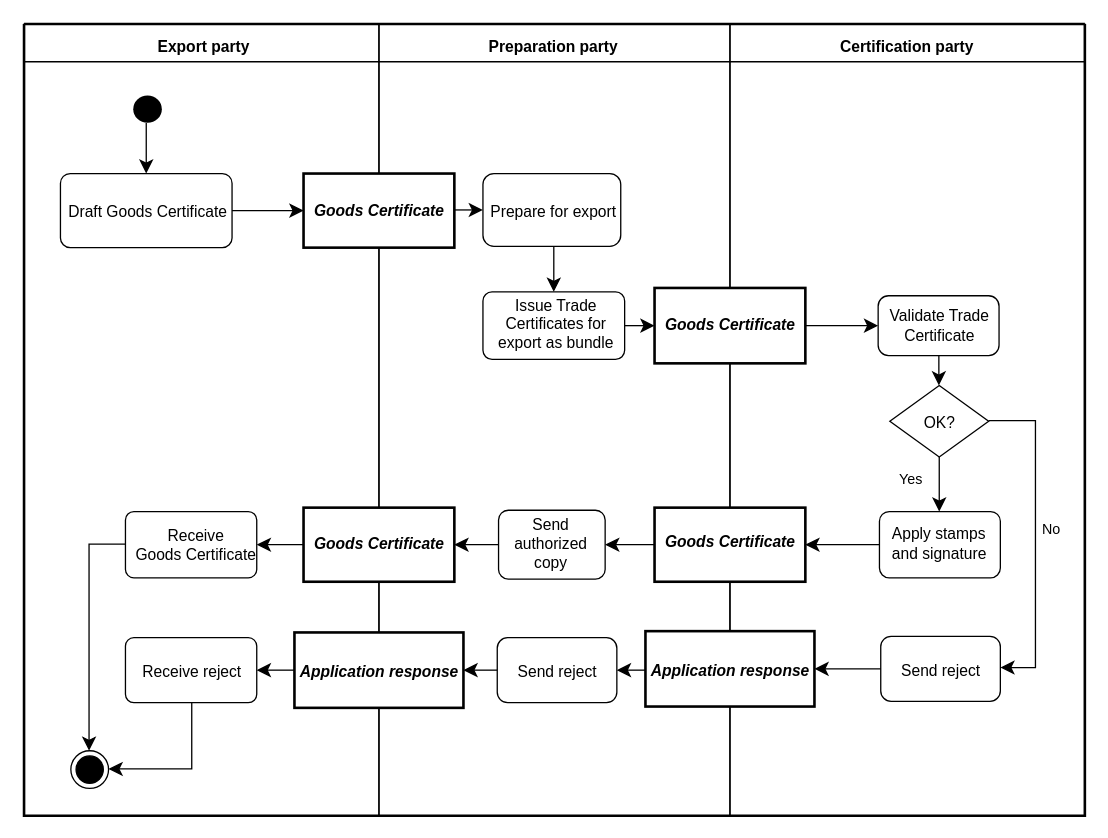
kduvekot/ubl-work-on-svg-images keeps this draw.io diagram as diagrams/UBL-2.3-GoodsCertificateExportProcess/UBL-2.3-GoodsCertificateExportProcess.drawio. Above is the earlier version. Source tidied: cells renumbered, new cells numbered last; positions are measured from the earlier drawing's top-left corner, leaving out a move shared by most shapes. Both pictures are drawn from the tidied source at 130%, with x=0, y=0 at pixel (23, 23).
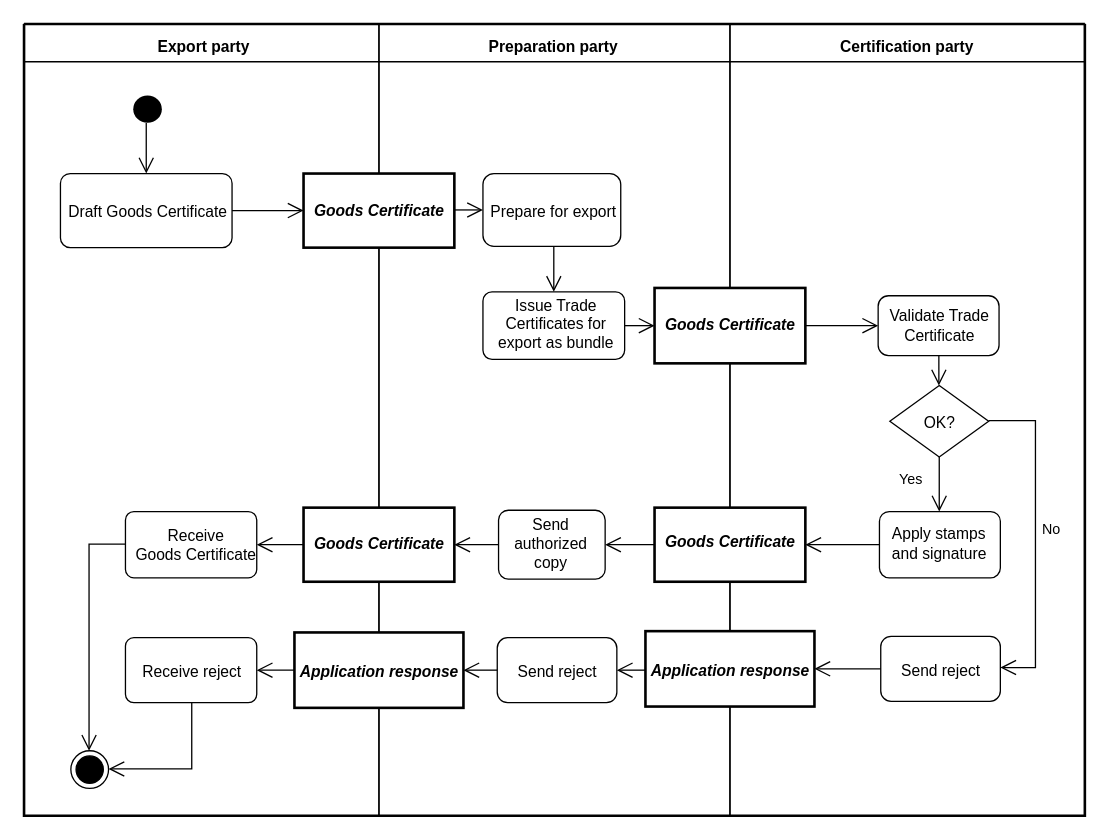
The same page after the edit.

Unchanged cells that the change refers to:
```xml
<mxCell id="2" style="swimlane;html=1;startSize=0;whiteSpace=wrap;fillColor=none;strokeWidth=2;" parent="1" vertex="1">
  <mxGeometry width="816" height="609" as="geometry" />
</mxCell>
<mxCell id="3" value="Export party" style="swimlane;horizontal=1;startSize=29;swimlaneLine=1;spacingTop=6;html=1;fillColor=none;fontStyle=1;spacing=0;spacingLeft=2;" parent="2" vertex="1">
  <mxGeometry width="273" height="609" as="geometry" />
</mxCell>
<mxCell id="4" value="Preparation party" style="swimlane;horizontal=1;startSize=29;swimlaneLine=1;spacingTop=6;html=1;fillColor=none;fontStyle=1;spacing=0;spacingRight=2;" parent="2" vertex="1">
  <mxGeometry x="273" width="270" height="609" as="geometry" />
</mxCell>
<mxCell id="5" value="Certification party" style="swimlane;horizontal=1;startSize=29;swimlaneLine=1;spacingTop=6;html=1;fillColor=none;fontStyle=1;spacing=0;spacingRight=2;" parent="2" vertex="1">
  <mxGeometry x="543" width="273" height="609" as="geometry" />
</mxCell>
<mxCell id="6" style="ellipse;shape=startState;fillColor=#000000;strokeColor=none;html=1;" parent="3" vertex="1">
  <mxGeometry x="80" y="51" width="30" height="29" as="geometry" />
</mxCell>
<mxCell id="7" value="Draft Goods Certificate" style="rounded=1;absoluteArcSize=1;arcSize=15;html=1;whiteSpace=nowrap;fontStyle=0;align=center;verticalAlign=middle;spacing=0;spacingLeft=1;spacingTop=3;" parent="3" vertex="1">
  <mxGeometry x="28" y="115" width="132" height="57" as="geometry" />
</mxCell>
<mxCell id="8" value="Goods Certificate" style="rounded=0;html=1;whiteSpace=nowrap;fontStyle=3;align=center;verticalAlign=middle;spacing=0;spacingRight=1;strokeWidth=2;" parent="4" vertex="1">
  <mxGeometry x="-58" y="115" width="116" height="57" as="geometry" />
</mxCell>
<mxCell id="9" value="Prepare for export" style="rounded=1;absoluteArcSize=1;arcSize=17;html=1;whiteSpace=nowrap;fontStyle=0;align=center;verticalAlign=middle;spacing=0;spacingLeft=1;spacingTop=3;" parent="4" vertex="1">
  <mxGeometry x="80" y="115" width="106" height="56" as="geometry" />
</mxCell>
<mxCell id="10" value="Goods Certificate" style="rounded=0;html=1;whiteSpace=nowrap;fontStyle=3;align=center;verticalAlign=middle;spacing=0;spacingBottom=1;strokeWidth=2;" parent="5" vertex="1">
  <mxGeometry x="-58" y="203" width="116" height="58" as="geometry" />
</mxCell>
<mxCell id="11" value="Issue Trade&lt;br&gt;Certificates for&lt;br&gt;export as bundle" style="rounded=1;absoluteArcSize=1;arcSize=14;html=1;whiteSpace=nowrap;fontStyle=0;align=center;verticalAlign=middle;spacing=0;spacingLeft=2;spacingBottom=2;" parent="4" vertex="1">
  <mxGeometry x="80" y="206" width="109" height="52" as="geometry" />
</mxCell>
<mxCell id="12" value="Validate Trade&lt;br&gt;Certificate" style="rounded=1;absoluteArcSize=1;arcSize=16;html=1;whiteSpace=nowrap;fontStyle=0;align=center;verticalAlign=middle;spacing=0;spacingLeft=1;" parent="5" vertex="1">
  <mxGeometry x="114" y="209" width="93" height="46" as="geometry" />
</mxCell>
<mxCell id="13" value="OK?" style="rhombus;html=1;whiteSpace=nowrap;fontStyle=0;align=center;verticalAlign=middle;spacing=0;spacingRight=1;spacingTop=2;" parent="5" vertex="1">
  <mxGeometry x="123" y="278" width="76" height="55" as="geometry" />
</mxCell>
<mxCell id="14" value="Goods Certificate" style="rounded=0;html=1;whiteSpace=nowrap;fontStyle=3;align=center;verticalAlign=middle;spacing=0;spacingRight=1;spacingBottom=2;strokeWidth=2;" parent="4" vertex="1">
  <mxGeometry x="-58" y="372" width="116" height="57" as="geometry" />
</mxCell>
<mxCell id="15" value="Goods Certificate" style="rounded=0;html=1;whiteSpace=nowrap;fontStyle=3;align=center;verticalAlign=middle;spacing=0;spacingBottom=4;strokeWidth=2;" parent="5" vertex="1">
  <mxGeometry x="-58" y="372" width="116" height="57" as="geometry" />
</mxCell>
<mxCell id="16" value="Receive&lt;br&gt;Goods Certificate" style="rounded=1;absoluteArcSize=1;arcSize=13;html=1;whiteSpace=nowrap;fontStyle=0;align=center;verticalAlign=middle;spacing=0;spacingLeft=6;" parent="3" vertex="1">
  <mxGeometry x="78" y="375" width="101" height="51" as="geometry" />
</mxCell>
<mxCell id="17" value="Apply stamps&lt;br&gt;and signature" style="rounded=1;absoluteArcSize=1;arcSize=15;html=1;whiteSpace=nowrap;fontStyle=0;align=left;verticalAlign=middle;spacing=0;spacingLeft=10;spacingBottom=2;" parent="5" vertex="1">
  <mxGeometry x="115" y="375" width="93" height="51" as="geometry" />
</mxCell>
<mxCell id="18" value="Send&lt;br&gt;authorized&lt;br&gt;copy" style="rounded=1;absoluteArcSize=1;arcSize=15;html=1;whiteSpace=nowrap;fontStyle=0;align=center;verticalAlign=middle;spacing=0;spacingRight=3;spacingBottom=1;" parent="4" vertex="1">
  <mxGeometry x="92" y="374" width="82" height="53" as="geometry" />
</mxCell>
<mxCell id="19" value="Application response" style="rounded=0;html=1;whiteSpace=nowrap;fontStyle=3;align=center;verticalAlign=middle;spacing=0;spacingTop=4;strokeWidth=2;" parent="4" vertex="1">
  <mxGeometry x="-65" y="468" width="130" height="58" as="geometry" />
</mxCell>
<mxCell id="20" value="Application response" style="rounded=0;html=1;whiteSpace=nowrap;fontStyle=3;align=center;verticalAlign=middle;spacing=0;spacingTop=4;strokeWidth=2;" parent="5" vertex="1">
  <mxGeometry x="-65" y="467" width="130" height="58" as="geometry" />
</mxCell>
<mxCell id="21" value="Receive reject" style="rounded=1;absoluteArcSize=1;arcSize=13;html=1;whiteSpace=nowrap;fontStyle=0;align=center;verticalAlign=middle;spacing=0;spacingTop=3;" parent="3" vertex="1">
  <mxGeometry x="78" y="472" width="101" height="50" as="geometry" />
</mxCell>
<mxCell id="22" value="Send reject" style="rounded=1;absoluteArcSize=1;arcSize=16;html=1;whiteSpace=nowrap;fontStyle=0;align=center;verticalAlign=middle;spacing=0;spacingTop=3;" parent="4" vertex="1">
  <mxGeometry x="91" y="472" width="92" height="50" as="geometry" />
</mxCell>
<mxCell id="23" value="Send reject" style="rounded=1;absoluteArcSize=1;arcSize=16;html=1;whiteSpace=nowrap;fontStyle=0;align=center;verticalAlign=middle;spacing=0;spacingTop=3;" parent="5" vertex="1">
  <mxGeometry x="116" y="471" width="92" height="50" as="geometry" />
</mxCell>
<mxCell id="24" style="ellipse;shape=endState;fillColor=#000000;html=1;" parent="3" vertex="1">
  <mxGeometry x="36" y="559" width="29" height="29" as="geometry" />
</mxCell>
```

Change to the diagram source:
```diff
@@
-    <mxCell id="25" style="edgeStyle=none;rounded=0;html=1;endArrow=classic;endFill=1;endSize=8;exitPerimeter=0;entryX=0.5;entryY=0;entryPerimeter=0;exitX=0.466667;exitY=0.8644;" parent="3" edge="1" source="6" target="7">
+    <mxCell id="25" style="edgeStyle=none;rounded=0;html=1;endArrow=open;endFill=0;endSize=10;exitPerimeter=0;entryX=0.5;entryY=0;entryPerimeter=0;exitX=0.466667;exitY=0.8644;" parent="3" edge="1" source="6" target="7">
       <mxGeometry relative="1" as="geometry" />
     </mxCell>
-    <mxCell id="26" style="edgeStyle=none;rounded=0;html=1;endArrow=classic;endFill=1;endSize=8;exitX=1;exitY=0.5;exitPerimeter=0;entryX=0;entryY=0.5;entryPerimeter=0;" parent="2" edge="1" source="7" target="8">
+    <mxCell id="26" style="edgeStyle=none;rounded=0;html=1;endArrow=open;endFill=0;endSize=10;exitX=1;exitY=0.5;exitPerimeter=0;entryX=0;entryY=0.5;entryPerimeter=0;" parent="2" edge="1" source="7" target="8">
       <mxGeometry relative="1" as="geometry" />
     </mxCell>
-    <mxCell id="27" style="edgeStyle=none;rounded=0;html=1;endArrow=classic;endFill=1;endSize=8;exitPerimeter=0;entryX=0;entryY=0.5;entryPerimeter=0;exitX=1;exitY=0.491228;" parent="4" edge="1" source="8" target="9">
+    <mxCell id="27" style="edgeStyle=none;rounded=0;html=1;endArrow=open;endFill=0;endSize=10;exitPerimeter=0;entryX=0;entryY=0.5;entryPerimeter=0;exitX=1;exitY=0.491228;" parent="4" edge="1" source="8" target="9">
       <mxGeometry relative="1" as="geometry" />
     </mxCell>
-    <mxCell id="28" style="edgeStyle=none;rounded=0;html=1;endArrow=classic;endFill=1;endSize=8;exitPerimeter=0;entryX=0.5;entryY=0;entryPerimeter=0;exitX=0.514151;exitY=1;" parent="4" edge="1" source="9" target="11">
+    <mxCell id="28" style="edgeStyle=none;rounded=0;html=1;endArrow=open;endFill=0;endSize=10;exitPerimeter=0;entryX=0.5;entryY=0;entryPerimeter=0;exitX=0.514151;exitY=1;" parent="4" edge="1" source="9" target="11">
       <mxGeometry relative="1" as="geometry" />
     </mxCell>
-    <mxCell id="29" style="edgeStyle=none;rounded=0;html=1;endArrow=classic;endFill=1;endSize=8;exitX=1;exitY=0.5;exitPerimeter=0;entryX=0;entryY=0.5;entryPerimeter=0;" parent="2" edge="1" source="11" target="10">
+    <mxCell id="29" style="edgeStyle=none;rounded=0;html=1;endArrow=open;endFill=0;endSize=10;exitX=1;exitY=0.5;exitPerimeter=0;entryX=0;entryY=0.5;entryPerimeter=0;" parent="2" edge="1" source="11" target="10">
       <mxGeometry relative="1" as="geometry" />
     </mxCell>
-    <mxCell id="30" style="edgeStyle=none;rounded=0;html=1;endArrow=classic;endFill=1;endSize=8;exitX=1;exitY=0.5;exitPerimeter=0;entryX=0;entryY=0.5;entryPerimeter=0;" parent="5" edge="1" source="10" target="12">
+    <mxCell id="30" style="edgeStyle=none;rounded=0;html=1;endArrow=open;endFill=0;endSize=10;exitX=1;exitY=0.5;exitPerimeter=0;entryX=0;entryY=0.5;entryPerimeter=0;" parent="5" edge="1" source="10" target="12">
       <mxGeometry relative="1" as="geometry" />
     </mxCell>
-    <mxCell id="31" style="edgeStyle=none;rounded=0;html=1;endArrow=classic;endFill=1;endSize=8;exitPerimeter=0;entryX=0.4961;entryY=0;entryPerimeter=0;exitX=0.502189;exitY=1;" parent="5" edge="1" source="12" target="13">
+    <mxCell id="31" style="edgeStyle=none;rounded=0;html=1;endArrow=open;endFill=0;endSize=10;exitPerimeter=0;entryX=0.4961;entryY=0;entryPerimeter=0;exitX=0.502189;exitY=1;" parent="5" edge="1" source="12" target="13">
       <mxGeometry relative="1" as="geometry" />
     </mxCell>
-    <mxCell id="32" value="No" style="edgeStyle=orthogonalEdgeStyle;rounded=0;html=1;endArrow=classic;endFill=1;endSize=8;exitPerimeter=0;entryPerimeter=0;fontStyle=0;align=center;verticalAlign=middle;labelBackgroundColor=none;exitX=1;exitY=0.490909;entryX=1;entryY=0.48;" parent="5" edge="1" source="13" target="23">
+    <mxCell id="32" value="No" style="edgeStyle=orthogonalEdgeStyle;rounded=0;html=1;endArrow=open;endFill=0;endSize=10;exitPerimeter=0;entryPerimeter=0;fontStyle=0;align=center;verticalAlign=middle;labelBackgroundColor=none;exitX=1;exitY=0.490909;entryX=1;entryY=0.48;" parent="5" edge="1" source="13" target="23">
       <mxGeometry x="-0.05" relative="1" as="geometry">
         <Array as="points">
           <mxPoint x="235" y="305" />
           <mxPoint x="235" y="495" />
         </Array>
         <mxPoint x="12" as="offset" />
       </mxGeometry>
     </mxCell>
-    <mxCell id="33" value="Yes" style="edgeStyle=none;rounded=0;html=1;endArrow=classic;endFill=1;endSize=8;exitX=0.5;exitY=1;exitPerimeter=0;entryPerimeter=0;fontStyle=0;align=center;verticalAlign=middle;labelBackgroundColor=none;entryX=0.494624;entryY=0;" parent="5" edge="1" source="13" target="17">
+    <mxCell id="33" value="Yes" style="edgeStyle=none;rounded=0;html=1;endArrow=open;endFill=0;endSize=10;exitX=0.5;exitY=1;exitPerimeter=0;entryPerimeter=0;fontStyle=0;align=center;verticalAlign=middle;labelBackgroundColor=none;entryX=0.494624;entryY=0;" parent="5" edge="1" source="13" target="17">
       <mxGeometry x="-0.2" relative="1" as="geometry">
         <mxPoint x="-22" as="offset" />
       </mxGeometry>
     </mxCell>
-    <mxCell id="34" style="edgeStyle=none;rounded=0;html=1;endArrow=classic;endFill=1;endSize=8;exitX=0;exitY=0.5;exitPerimeter=0;entryX=1;entryY=0.5;entryPerimeter=0;" parent="2" edge="1" source="14" target="16">
+    <mxCell id="34" style="edgeStyle=none;rounded=0;html=1;endArrow=open;endFill=0;endSize=10;exitX=0;exitY=0.5;exitPerimeter=0;entryX=1;entryY=0.5;entryPerimeter=0;" parent="2" edge="1" source="14" target="16">
       <mxGeometry relative="1" as="geometry" />
     </mxCell>
-    <mxCell id="35" style="edgeStyle=none;rounded=0;html=1;endArrow=classic;endFill=1;endSize=8;exitX=0;exitY=0.5;exitPerimeter=0;entryX=1;entryY=0.5;entryPerimeter=0;" parent="4" edge="1" source="18" target="14">
+    <mxCell id="35" style="edgeStyle=none;rounded=0;html=1;endArrow=open;endFill=0;endSize=10;exitX=0;exitY=0.5;exitPerimeter=0;entryX=1;entryY=0.5;entryPerimeter=0;" parent="4" edge="1" source="18" target="14">
       <mxGeometry relative="1" as="geometry" />
     </mxCell>
-    <mxCell id="36" style="edgeStyle=none;rounded=0;html=1;endArrow=classic;endFill=1;endSize=8;exitX=0;exitY=0.5;exitPerimeter=0;entryX=1;entryY=0.5;entryPerimeter=0;" parent="2" edge="1" source="15" target="18">
+    <mxCell id="36" style="edgeStyle=none;rounded=0;html=1;endArrow=open;endFill=0;endSize=10;exitX=0;exitY=0.5;exitPerimeter=0;entryX=1;entryY=0.5;entryPerimeter=0;" parent="2" edge="1" source="15" target="18">
       <mxGeometry relative="1" as="geometry" />
     </mxCell>
-    <mxCell id="37" style="edgeStyle=none;rounded=0;html=1;endArrow=classic;endFill=1;endSize=8;exitX=0;exitY=0.5;exitPerimeter=0;entryX=1;entryY=0.5;entryPerimeter=0;" parent="5" edge="1" source="17" target="15">
+    <mxCell id="37" style="edgeStyle=none;rounded=0;html=1;endArrow=open;endFill=0;endSize=10;exitX=0;exitY=0.5;exitPerimeter=0;entryX=1;entryY=0.5;entryPerimeter=0;" parent="5" edge="1" source="17" target="15">
       <mxGeometry relative="1" as="geometry" />
     </mxCell>
-    <mxCell id="38" style="edgeStyle=orthogonalEdgeStyle;rounded=0;html=1;endArrow=classic;endFill=1;endSize=8;exitPerimeter=0;entryPerimeter=0;exitX=0;exitY=0.490196;entryX=0.482759;entryY=0;" parent="3" edge="1" source="16" target="24">
+    <mxCell id="38" style="edgeStyle=orthogonalEdgeStyle;rounded=0;html=1;endArrow=open;endFill=0;endSize=10;exitPerimeter=0;entryPerimeter=0;exitX=0;exitY=0.490196;entryX=0.482759;entryY=0;" parent="3" edge="1" source="16" target="24">
       <mxGeometry relative="1" as="geometry">
         <Array as="points">
           <mxPoint x="50" y="400" />
         </Array>
       </mxGeometry>
     </mxCell>
-    <mxCell id="39" style="edgeStyle=none;rounded=0;html=1;endArrow=classic;endFill=1;endSize=8;exitX=0;exitY=0.5;exitPerimeter=0;entryX=1;entryY=0.5;entryPerimeter=0;" parent="2" edge="1" source="19" target="21">
+    <mxCell id="39" style="edgeStyle=none;rounded=0;html=1;endArrow=open;endFill=0;endSize=10;exitX=0;exitY=0.5;exitPerimeter=0;entryX=1;entryY=0.5;entryPerimeter=0;" parent="2" edge="1" source="19" target="21">
       <mxGeometry relative="1" as="geometry" />
     </mxCell>
-    <mxCell id="40" style="edgeStyle=none;rounded=0;html=1;endArrow=classic;endFill=1;endSize=8;exitX=0;exitY=0.5;exitPerimeter=0;entryX=1;entryY=0.5;entryPerimeter=0;" parent="4" edge="1" source="22" target="19">
+    <mxCell id="40" style="edgeStyle=none;rounded=0;html=1;endArrow=open;endFill=0;endSize=10;exitX=0;exitY=0.5;exitPerimeter=0;entryX=1;entryY=0.5;entryPerimeter=0;" parent="4" edge="1" source="22" target="19">
       <mxGeometry relative="1" as="geometry" />
     </mxCell>
-    <mxCell id="41" style="edgeStyle=none;rounded=0;html=1;endArrow=classic;endFill=1;endSize=8;exitX=0;exitY=0.5;exitPerimeter=0;entryX=1;entryY=0.5;entryPerimeter=0;" parent="5" edge="1" source="23" target="20">
+    <mxCell id="41" style="edgeStyle=none;rounded=0;html=1;endArrow=open;endFill=0;endSize=10;exitX=0;exitY=0.5;exitPerimeter=0;entryX=1;entryY=0.5;entryPerimeter=0;" parent="5" edge="1" source="23" target="20">
       <mxGeometry relative="1" as="geometry" />
     </mxCell>
-    <mxCell id="42" style="edgeStyle=none;rounded=0;html=1;endArrow=classic;endFill=1;endSize=8;exitPerimeter=0;entryX=1;entryY=0.5;entryPerimeter=0;exitX=0;exitY=0.517241;" parent="2" edge="1" source="20" target="22">
+    <mxCell id="42" style="edgeStyle=none;rounded=0;html=1;endArrow=open;endFill=0;endSize=10;exitPerimeter=0;entryX=1;entryY=0.5;entryPerimeter=0;exitX=0;exitY=0.517241;" parent="2" edge="1" source="20" target="22">
       <mxGeometry relative="1" as="geometry" />
     </mxCell>
-    <mxCell id="43" style="edgeStyle=orthogonalEdgeStyle;rounded=0;html=1;endArrow=classic;endFill=1;endSize=8;exitPerimeter=0;entryPerimeter=0;exitX=0.50495;exitY=1;entryX=1;entryY=0.482759;" parent="3" edge="1" source="21" target="24">
+    <mxCell id="43" style="edgeStyle=orthogonalEdgeStyle;rounded=0;html=1;endArrow=open;endFill=0;endSize=10;exitPerimeter=0;entryPerimeter=0;exitX=0.50495;exitY=1;entryX=1;entryY=0.482759;" parent="3" edge="1" source="21" target="24">
       <mxGeometry relative="1" as="geometry">
         <Array as="points">
           <mxPoint x="129" y="573" />
         </Array>
       </mxGeometry>
     </mxCell>
```
